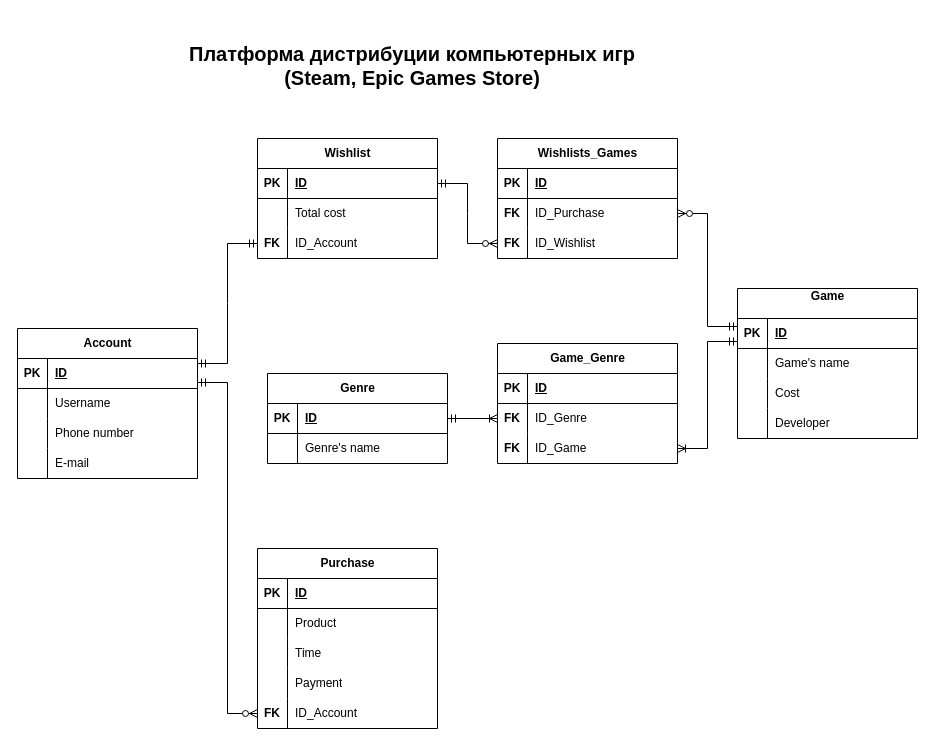
Before: Homework1-DB.drawio in Begaliev-Kirill/Database-basics, a draw.io diagram. Source tidied: cells renumbered, new cells numbered last; positions are measured from the earlier drawing's top-left corner, leaving out a move shared by most shapes. Both pictures are drawn from the tidied source at 100%, with x=0, y=0 at pixel (17, 38).
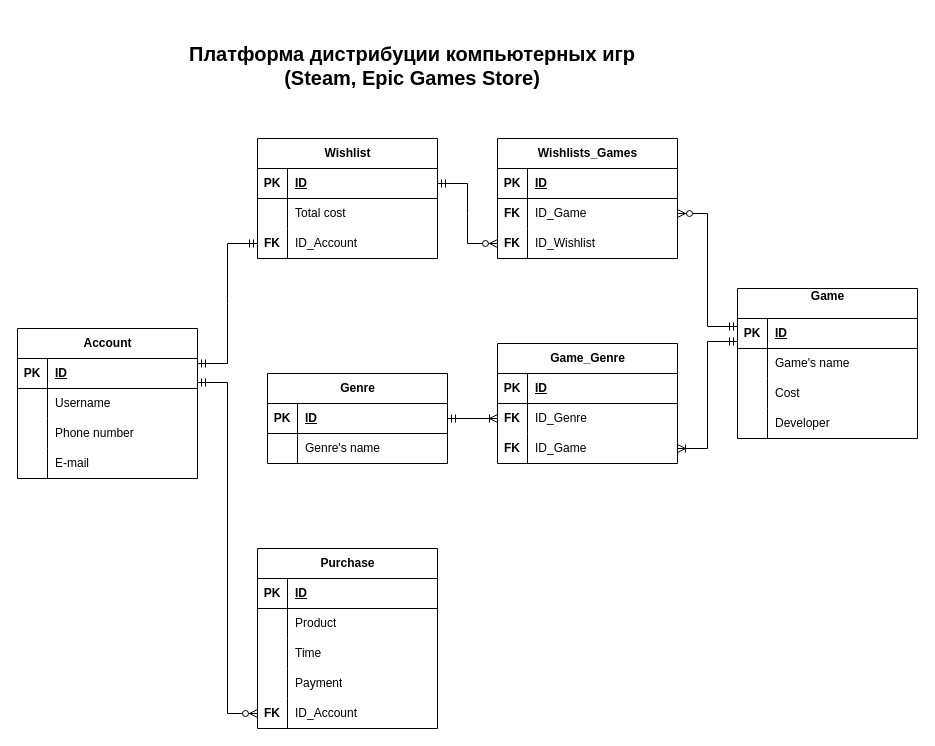
Above is the later version.

Unchanged cells that the change refers to:
```xml
<mxCell id="36" style="shape=tableRow;horizontal=0;startSize=0;swimlaneHead=0;swimlaneBody=0;fillColor=none;points=[[0,0.5],[1,0.5]];portConstraint=eastwest;top=0;left=0;right=0;bottom=0;" parent="32" vertex="1">
  <mxGeometry y="60" width="180" height="30" as="geometry" />
</mxCell>
```

Change to the diagram source:
```diff
@@
-    <mxCell id="38" value="ID_Purchase" style="shape=partialRectangle;fillColor=none;top=0;left=0;bottom=0;right=0;align=left;spacingLeft=6;overflow=hidden;whiteSpace=wrap;html=1;" parent="36" vertex="1">
+    <mxCell id="38" value="ID_Game" style="shape=partialRectangle;fillColor=none;top=0;left=0;bottom=0;right=0;align=left;spacingLeft=6;overflow=hidden;whiteSpace=wrap;html=1;" parent="36" vertex="1">
       <mxGeometry x="30" width="150" height="30" as="geometry" />
     </mxCell>
```
